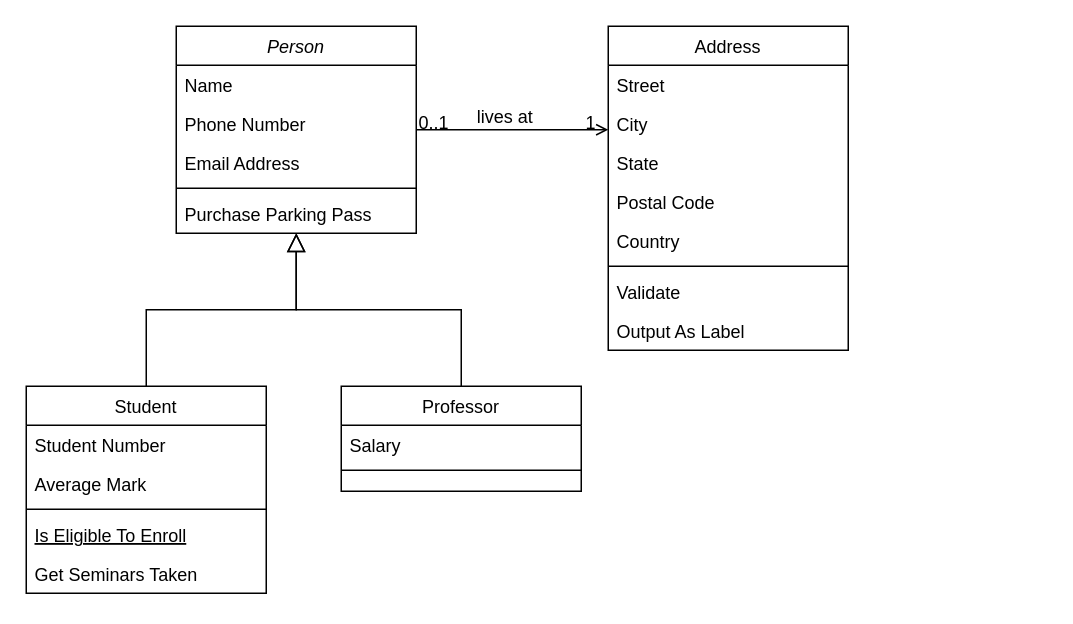
Above: CityWork.drawio in CeriiZedF/CityWork (draw.io), before the change. Source tidied: cells renumbered, new cells numbered last; positions are measured from the earlier drawing's top-left corner, leaving out a move shared by most shapes. Both pictures are drawn from the tidied source at 150%, with x=0, y=0 at pixel (26, 26).
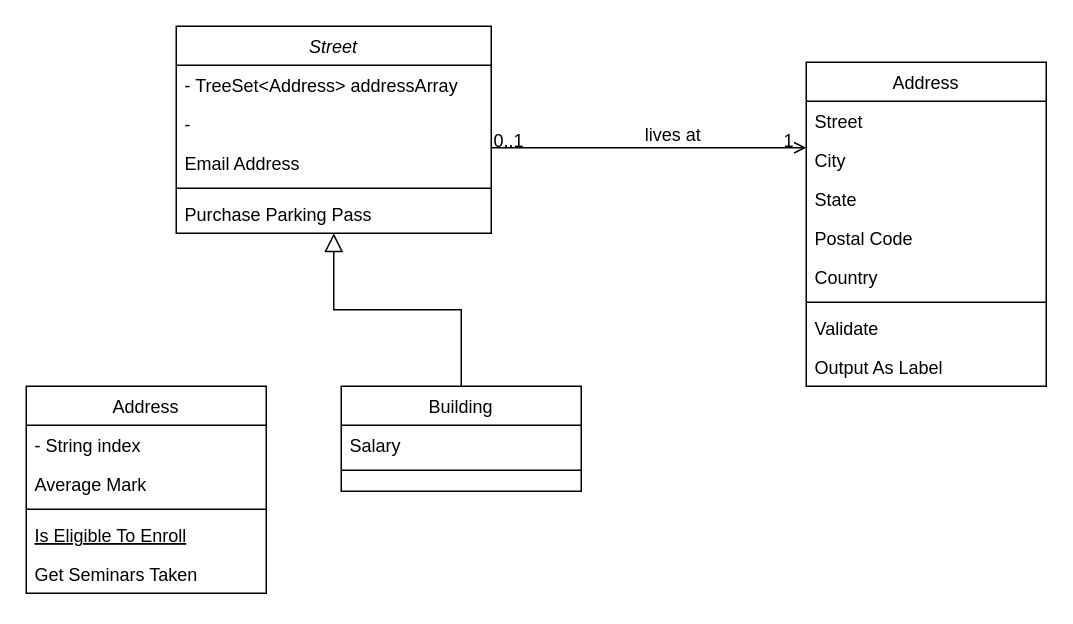
The same page after the edit.

Change to the diagram source:
```diff
@@
-    <mxCell id="2" value="Person" style="swimlane;fontStyle=2;align=center;verticalAlign=top;horizontal=1;startSize=26;rounded=0;shadow=0;strokeWidth=1;" parent="1" vertex="1">
-      <mxGeometry x="100" width="160" height="138" as="geometry" />
+    <mxCell id="2" value="Street" style="swimlane;fontStyle=2;align=center;verticalAlign=top;horizontal=1;startSize=26;rounded=0;shadow=0;strokeWidth=1;" parent="1" vertex="1">
+      <mxGeometry x="100" width="210" height="138" as="geometry" />
     </mxCell>
-    <mxCell id="3" value="Name" style="text;align=left;verticalAlign=top;spacingLeft=4;spacingRight=4;overflow=hidden;" parent="2" vertex="1">
-      <mxGeometry y="26" width="160" height="26" as="geometry" />
+    <mxCell id="3" value="- TreeSet&lt;Address&gt; addressArray " style="text;align=left;verticalAlign=top;spacingLeft=4;spacingRight=4;overflow=hidden;" parent="2" vertex="1">
+      <mxGeometry y="26" width="210" height="26" as="geometry" />
     </mxCell>
-    <mxCell id="4" value="Phone Number" style="text;align=left;verticalAlign=top;spacingLeft=4;spacingRight=4;overflow=hidden;rounded=0;shadow=0;html=0;" parent="2" vertex="1">
-      <mxGeometry y="52" width="160" height="26" as="geometry" />
+    <mxCell id="4" value="- " style="text;align=left;verticalAlign=top;spacingLeft=4;spacingRight=4;overflow=hidden;rounded=0;shadow=0;html=0;" parent="2" vertex="1">
+      <mxGeometry y="52" width="210" height="26" as="geometry" />
     </mxCell>
     <mxCell id="5" value="Email Address" style="text;align=left;verticalAlign=top;spacingLeft=4;spacingRight=4;overflow=hidden;rounded=0;shadow=0;html=0;" parent="2" vertex="1">
-      <mxGeometry y="78" width="160" height="26" as="geometry" />
+      <mxGeometry y="78" width="210" height="26" as="geometry" />
     </mxCell>
     <mxCell id="6" style="line;html=1;strokeWidth=1;align=left;verticalAlign=middle;spacingTop=-1;spacingLeft=3;spacingRight=3;labelPosition=right;" parent="2" vertex="1">
-      <mxGeometry y="104" width="160" height="8" as="geometry" />
+      <mxGeometry y="104" width="210" height="8" as="geometry" />
     </mxCell>
     <mxCell id="7" value="Purchase Parking Pass" style="text;align=left;verticalAlign=top;spacingLeft=4;spacingRight=4;overflow=hidden;" parent="2" vertex="1">
-      <mxGeometry y="112" width="160" height="26" as="geometry" />
+      <mxGeometry y="112" width="210" height="26" as="geometry" />
     </mxCell>
-    <mxCell id="8" value="Student" style="swimlane;fontStyle=0;align=center;verticalAlign=top;horizontal=1;startSize=26;rounded=0;shadow=0;strokeWidth=1;" parent="1" vertex="1">
+    <mxCell id="8" value="Address" style="swimlane;fontStyle=0;align=center;verticalAlign=top;horizontal=1;startSize=26;rounded=0;shadow=0;strokeWidth=1;" parent="1" vertex="1">
       <mxGeometry y="240" width="160" height="138" as="geometry" />
     </mxCell>
-    <mxCell id="9" value="Student Number" style="text;align=left;verticalAlign=top;spacingLeft=4;spacingRight=4;overflow=hidden;" parent="8" vertex="1">
+    <mxCell id="9" value="- String index " style="text;align=left;verticalAlign=top;spacingLeft=4;spacingRight=4;overflow=hidden;" parent="8" vertex="1">
       <mxGeometry y="26" width="160" height="26" as="geometry" />
     </mxCell>
@@
-    <mxCell id="14" style="endArrow=block;endSize=10;endFill=0;shadow=0;strokeWidth=1;rounded=0;curved=0;edgeStyle=elbowEdgeStyle;elbow=vertical;" parent="1" edge="1" source="8" target="2">
-      <mxGeometry relative="1" as="geometry" />
-    </mxCell>
-    <mxCell id="15" value="Professor" style="swimlane;fontStyle=0;align=center;verticalAlign=top;horizontal=1;startSize=26;rounded=0;shadow=0;strokeWidth=1;" parent="1" vertex="1">
+    <mxCell id="15" value="Building" style="swimlane;fontStyle=0;align=center;verticalAlign=top;horizontal=1;startSize=26;rounded=0;shadow=0;strokeWidth=1;" parent="1" vertex="1">
       <mxGeometry x="210" y="240" width="160" height="70" as="geometry" />
     </mxCell>
@@
     <mxCell id="19" value="Address" style="swimlane;fontStyle=0;align=center;verticalAlign=top;horizontal=1;startSize=26;rounded=0;shadow=0;strokeWidth=1;" parent="1" vertex="1">
-      <mxGeometry x="388" width="160" height="216" as="geometry" />
+      <mxGeometry x="520" y="24" width="160" height="216" as="geometry" />
     </mxCell>
```
